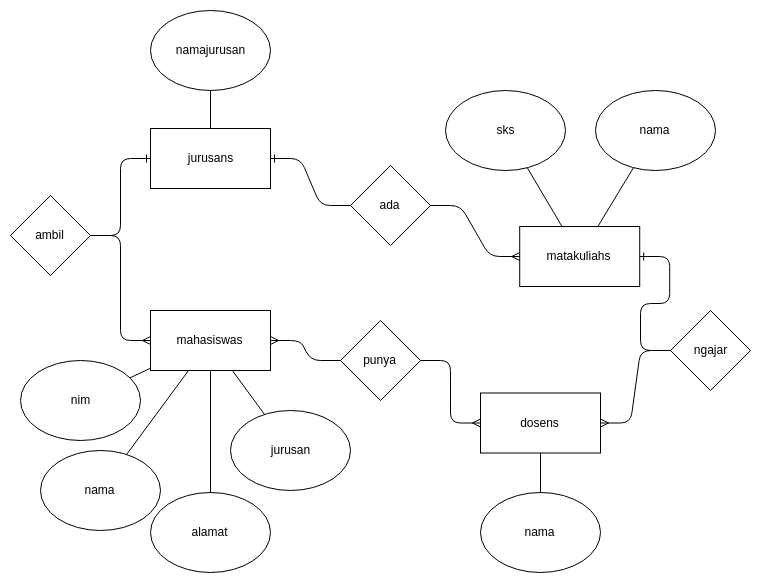
Before: 014 - Database/university.db.png, a diagram exported from draw.io (emzhofb/rubicamp). Source tidied: cells renumbered, new cells last; positions are measured from the earlier drawing's top-left corner, leaving out a move shared by most shapes.
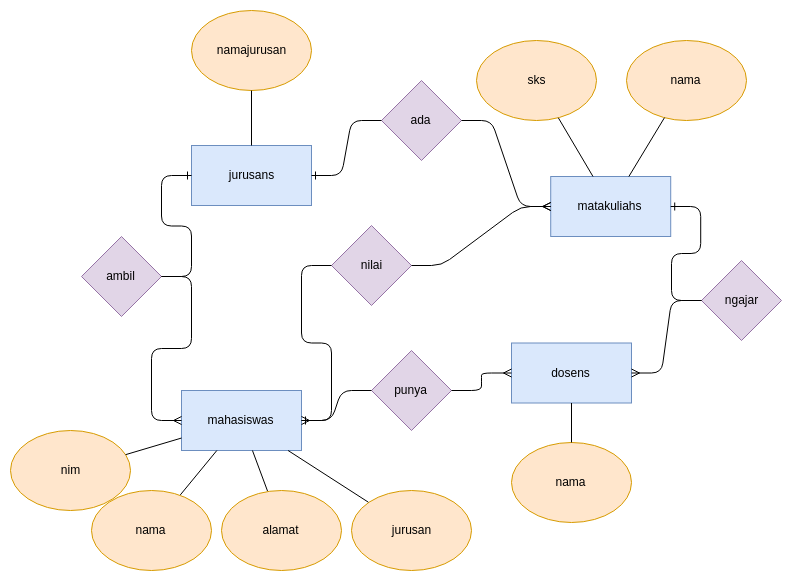
The same file after the commit.

What changed in the source:
```diff
@@ -2,20 +2,20 @@
   <root>
     <mxCell id="0" />
     <mxCell id="1" parent="0" />
-    <mxCell id="2" value="mahasiswas" style="rounded=0;whiteSpace=wrap;html=1;" parent="1" vertex="1">
-      <mxGeometry x="140" y="300" width="120" height="60" as="geometry" />
+    <mxCell id="2" value="mahasiswas" style="rounded=0;whiteSpace=wrap;html=1;fillColor=#dae8fc;strokeColor=#6c8ebf;" parent="1" vertex="1">
+      <mxGeometry x="140" y="430" width="120" height="60" as="geometry" />
     </mxCell>
-    <mxCell id="3" value="&lt;span&gt;nama&lt;/span&gt;" style="ellipse;whiteSpace=wrap;html=1;" parent="1" vertex="1">
-      <mxGeometry x="30" y="440" width="120" height="80" as="geometry" />
+    <mxCell id="3" value="&lt;span&gt;nama&lt;/span&gt;" style="ellipse;whiteSpace=wrap;html=1;fillColor=#ffe6cc;strokeColor=#d79b00;" parent="1" vertex="1">
+      <mxGeometry x="50" y="529.5" width="120" height="80" as="geometry" />
     </mxCell>
-    <mxCell id="4" value="&lt;span&gt;nim&lt;/span&gt;" style="ellipse;whiteSpace=wrap;html=1;" parent="1" vertex="1">
-      <mxGeometry x="10" y="350" width="120" height="80" as="geometry" />
+    <mxCell id="4" value="&lt;span&gt;nim&lt;/span&gt;" style="ellipse;whiteSpace=wrap;html=1;fillColor=#ffe6cc;strokeColor=#d79b00;" parent="1" vertex="1">
+      <mxGeometry x="-31" y="470" width="120" height="80" as="geometry" />
     </mxCell>
-    <mxCell id="5" value="&lt;span&gt;jurusan&lt;/span&gt;" style="ellipse;whiteSpace=wrap;html=1;" parent="1" vertex="1">
-      <mxGeometry x="220" y="400" width="120" height="80" as="geometry" />
+    <mxCell id="5" value="&lt;span&gt;jurusan&lt;/span&gt;" style="ellipse;whiteSpace=wrap;html=1;fillColor=#ffe6cc;strokeColor=#d79b00;" parent="1" vertex="1">
+      <mxGeometry x="310" y="529.5" width="120" height="80" as="geometry" />
     </mxCell>
-    <mxCell id="6" value="&lt;span&gt;alamat&lt;/span&gt;" style="ellipse;whiteSpace=wrap;html=1;" parent="1" vertex="1">
-      <mxGeometry x="140" y="482" width="120" height="80" as="geometry" />
+    <mxCell id="6" value="&lt;span&gt;alamat&lt;/span&gt;" style="ellipse;whiteSpace=wrap;html=1;fillColor=#ffe6cc;strokeColor=#d79b00;" parent="1" vertex="1">
+      <mxGeometry x="180" y="529.5" width="120" height="80" as="geometry" />
     </mxCell>
     <mxCell id="7" style="endArrow=none;html=1;" parent="1" edge="1" source="4" target="2">
       <mxGeometry relative="1" as="geometry" />
@@ -29,31 +29,31 @@
     <mxCell id="10" style="endArrow=none;html=1;" parent="1" edge="1" source="5" target="2">
       <mxGeometry relative="1" as="geometry" />
     </mxCell>
-    <mxCell id="11" value="jurusans" style="rounded=0;whiteSpace=wrap;html=1;" parent="1" vertex="1">
-      <mxGeometry x="140" y="118" width="120" height="60" as="geometry" />
+    <mxCell id="11" value="jurusans" style="rounded=0;whiteSpace=wrap;html=1;fillColor=#dae8fc;strokeColor=#6c8ebf;" parent="1" vertex="1">
+      <mxGeometry x="150" y="185" width="120" height="60" as="geometry" />
     </mxCell>
-    <mxCell id="12" value="namajurusan" style="ellipse;whiteSpace=wrap;html=1;" parent="1" vertex="1">
-      <mxGeometry x="140" width="120" height="80" as="geometry" />
+    <mxCell id="12" value="namajurusan" style="ellipse;whiteSpace=wrap;html=1;fillColor=#ffe6cc;strokeColor=#d79b00;" parent="1" vertex="1">
+      <mxGeometry x="150" y="50" width="120" height="80" as="geometry" />
     </mxCell>
     <mxCell id="13" style="endArrow=none;html=1;" parent="1" edge="1" source="11" target="12">
       <mxGeometry relative="1" as="geometry" />
     </mxCell>
-    <mxCell id="14" value="dosens" style="rounded=0;whiteSpace=wrap;html=1;" parent="1" vertex="1">
+    <mxCell id="14" value="dosens" style="rounded=0;whiteSpace=wrap;html=1;fillColor=#dae8fc;strokeColor=#6c8ebf;" parent="1" vertex="1">
       <mxGeometry x="470" y="382.5" width="120" height="60" as="geometry" />
     </mxCell>
-    <mxCell id="15" value="nama" style="ellipse;whiteSpace=wrap;html=1;" parent="1" vertex="1">
+    <mxCell id="15" value="nama" style="ellipse;whiteSpace=wrap;html=1;fillColor=#ffe6cc;strokeColor=#d79b00;" parent="1" vertex="1">
       <mxGeometry x="470" y="482" width="120" height="80" as="geometry" />
     </mxCell>
     <mxCell id="16" style="endArrow=none;html=1;" parent="1" edge="1" source="15" target="14">
       <mxGeometry relative="1" as="geometry" />
     </mxCell>
-    <mxCell id="17" value="matakuliahs" style="rounded=0;whiteSpace=wrap;html=1;" parent="1" vertex="1">
+    <mxCell id="17" value="matakuliahs" style="rounded=0;whiteSpace=wrap;html=1;fillColor=#dae8fc;strokeColor=#6c8ebf;" parent="1" vertex="1">
       <mxGeometry x="509.2" y="216" width="120" height="60" as="geometry" />
     </mxCell>
-    <mxCell id="18" value="&lt;span&gt;sks&lt;/span&gt;" style="ellipse;whiteSpace=wrap;html=1;" parent="1" vertex="1">
+    <mxCell id="18" value="&lt;span&gt;sks&lt;/span&gt;" style="ellipse;whiteSpace=wrap;html=1;fillColor=#ffe6cc;strokeColor=#d79b00;" parent="1" vertex="1">
       <mxGeometry x="435.2" y="80" width="120" height="80" as="geometry" />
     </mxCell>
-    <mxCell id="19" value="&lt;span&gt;nama&lt;/span&gt;" style="ellipse;whiteSpace=wrap;html=1;" parent="1" vertex="1">
+    <mxCell id="19" value="&lt;span&gt;nama&lt;/span&gt;" style="ellipse;whiteSpace=wrap;html=1;fillColor=#ffe6cc;strokeColor=#d79b00;" parent="1" vertex="1">
       <mxGeometry x="585.2" y="80" width="120" height="80" as="geometry" />
     </mxCell>
     <mxCell id="20" style="endArrow=none;html=1;" parent="1" edge="1" source="17" target="18">
@@ -62,8 +62,8 @@
     <mxCell id="21" style="endArrow=none;html=1;" parent="1" edge="1" source="17" target="19">
       <mxGeometry relative="1" as="geometry" />
     </mxCell>
-    <mxCell id="22" value="punya" style="rhombus;whiteSpace=wrap;html=1;" parent="1" vertex="1">
-      <mxGeometry x="330" y="310" width="80" height="80" as="geometry" />
+    <mxCell id="22" value="punya" style="rhombus;whiteSpace=wrap;html=1;fillColor=#e1d5e7;strokeColor=#9673a6;" parent="1" vertex="1">
+      <mxGeometry x="330" y="390" width="80" height="80" as="geometry" />
     </mxCell>
     <mxCell id="23" style="edgeStyle=entityRelationEdgeStyle;fontSize=12;html=1;endArrow=ERmany;" parent="1" edge="1" source="22" target="14">
       <mxGeometry relative="1" as="geometry" />
@@ -71,8 +71,8 @@
     <mxCell id="24" style="edgeStyle=entityRelationEdgeStyle;fontSize=12;html=1;endArrow=ERmany;" parent="1" edge="1" source="22" target="2">
       <mxGeometry relative="1" as="geometry" />
     </mxCell>
-    <mxCell id="25" value="ambil" style="rhombus;whiteSpace=wrap;html=1;" parent="1" vertex="1">
-      <mxGeometry y="185" width="80" height="80" as="geometry" />
+    <mxCell id="25" value="ambil" style="rhombus;whiteSpace=wrap;html=1;fillColor=#e1d5e7;strokeColor=#9673a6;" parent="1" vertex="1">
+      <mxGeometry x="40" y="276" width="80" height="80" as="geometry" />
     </mxCell>
     <mxCell id="26" style="edgeStyle=entityRelationEdgeStyle;fontSize=12;html=1;endArrow=ERmany;" parent="1" edge="1" source="25" target="2">
       <mxGeometry relative="1" as="geometry" />
@@ -80,8 +80,8 @@
     <mxCell id="27" style="edgeStyle=entityRelationEdgeStyle;fontSize=12;html=1;endArrow=ERone;endFill=1;" parent="1" edge="1" source="25" target="11">
       <mxGeometry relative="1" as="geometry" />
     </mxCell>
-    <mxCell id="28" value="ada" style="rhombus;whiteSpace=wrap;html=1;" parent="1" vertex="1">
-      <mxGeometry x="340" y="155" width="80" height="80" as="geometry" />
+    <mxCell id="28" value="ada" style="rhombus;whiteSpace=wrap;html=1;fillColor=#e1d5e7;strokeColor=#9673a6;" parent="1" vertex="1">
+      <mxGeometry x="340" y="120" width="80" height="80" as="geometry" />
     </mxCell>
     <mxCell id="29" style="edgeStyle=entityRelationEdgeStyle;fontSize=12;html=1;endArrow=ERone;endFill=1;" parent="1" edge="1" source="28" target="11">
       <mxGeometry relative="1" as="geometry" />
@@ -89,7 +89,7 @@
     <mxCell id="30" style="edgeStyle=entityRelationEdgeStyle;fontSize=12;html=1;endArrow=ERmany;" parent="1" edge="1" source="28" target="17">
       <mxGeometry relative="1" as="geometry" />
     </mxCell>
-    <mxCell id="31" value="ngajar" style="rhombus;whiteSpace=wrap;html=1;" parent="1" vertex="1">
+    <mxCell id="31" value="ngajar" style="rhombus;whiteSpace=wrap;html=1;fillColor=#e1d5e7;strokeColor=#9673a6;" parent="1" vertex="1">
       <mxGeometry x="660" y="300" width="80" height="80" as="geometry" />
     </mxCell>
     <mxCell id="32" style="edgeStyle=entityRelationEdgeStyle;fontSize=12;html=1;endArrow=ERone;endFill=1;" parent="1" edge="1" source="31" target="17">
@@ -98,5 +98,14 @@
     <mxCell id="33" style="edgeStyle=entityRelationEdgeStyle;fontSize=12;html=1;endArrow=ERmany;" parent="1" edge="1" source="31" target="14">
       <mxGeometry relative="1" as="geometry" />
     </mxCell>
+    <mxCell id="34" value="nilai" style="rhombus;whiteSpace=wrap;html=1;fillColor=#e1d5e7;strokeColor=#9673a6;" parent="1" vertex="1">
+      <mxGeometry x="290" y="265" width="80" height="80" as="geometry" />
+    </mxCell>
+    <mxCell id="35" style="edgeStyle=entityRelationEdgeStyle;fontSize=12;html=1;endArrow=ERone;endFill=1;" parent="1" edge="1" source="34" target="2">
+      <mxGeometry relative="1" as="geometry" />
+    </mxCell>
+    <mxCell id="36" style="edgeStyle=entityRelationEdgeStyle;fontSize=12;html=1;endArrow=ERmany;" parent="1" edge="1" source="34" target="17">
+      <mxGeometry relative="1" as="geometry" />
+    </mxCell>
   </root>
 </mxGraphModel>
```
